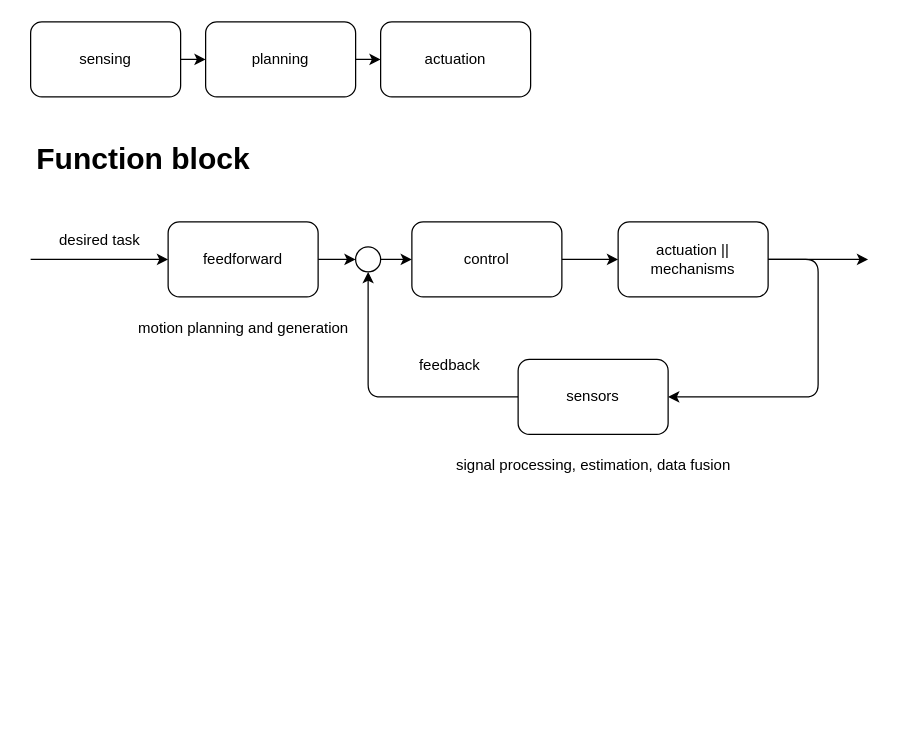
Above: IntroductionToRobotics/robots_and_robotics.drawio in XuhuaHuang/EmbeddedProgramming (draw.io), before the change. Source tidied: cells renumbered, new cells numbered last; positions are measured from the earlier drawing's top-left corner, leaving out a move shared by most shapes. Both pictures are drawn from the tidied source at 125%, with x=0, y=0 at pixel (30, 21).
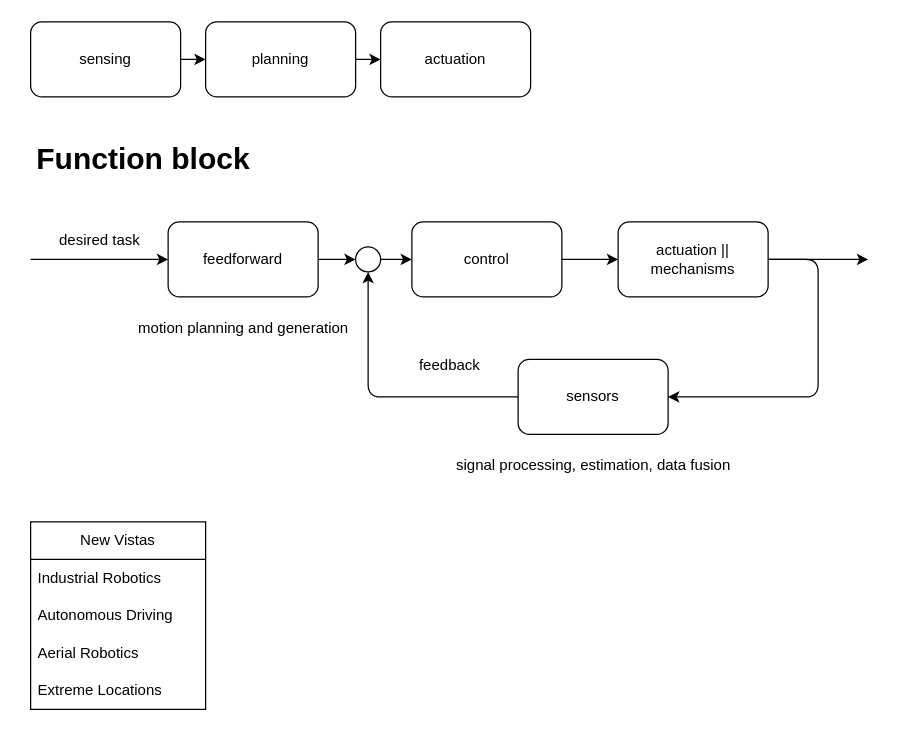
The same page after the edit.

What changed in the source:
```diff
@@
+    <mxCell id="24" value="New Vistas" style="swimlane;fontStyle=0;horizontal=1;startSize=30;whiteSpace=wrap;html=1;" parent="1" vertex="1">
+      <mxGeometry y="400" width="140" height="150" as="geometry" />
+    </mxCell>
+    <mxCell id="25" value="Industrial Robotics" style="text;strokeColor=none;fillColor=none;align=left;verticalAlign=middle;spacingLeft=4;spacingRight=4;overflow=hidden;whiteSpace=wrap;html=1;" parent="24" vertex="1">
+      <mxGeometry y="30" width="140" height="30" as="geometry" />
+    </mxCell>
+    <mxCell id="26" value="Autonomous Driving" style="text;strokeColor=none;fillColor=none;align=left;verticalAlign=middle;spacingLeft=4;spacingRight=4;overflow=hidden;whiteSpace=wrap;html=1;" parent="24" vertex="1">
+      <mxGeometry y="60" width="140" height="30" as="geometry" />
+    </mxCell>
+    <mxCell id="27" value="Aerial Robotics" style="text;strokeColor=none;fillColor=none;align=left;verticalAlign=middle;spacingLeft=4;spacingRight=4;overflow=hidden;whiteSpace=wrap;html=1;" parent="24" vertex="1">
+      <mxGeometry y="90" width="140" height="30" as="geometry" />
+    </mxCell>
+    <mxCell id="28" value="Extreme Locations" style="text;strokeColor=none;fillColor=none;align=left;verticalAlign=middle;spacingLeft=4;spacingRight=4;overflow=hidden;whiteSpace=wrap;html=1;" parent="24" vertex="1">
+      <mxGeometry y="120" width="140" height="30" as="geometry" />
+    </mxCell>
```
